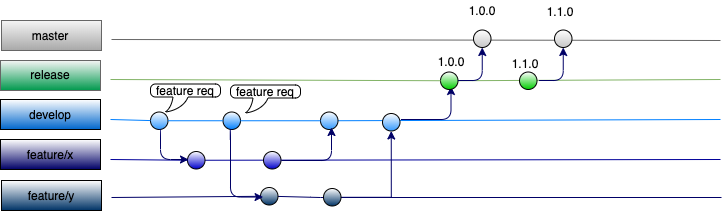
Earlier version of the draw.io export Feature-develop-release-master-v2.png (sandy03934/drawiodiagrams). Source tidied: cells renumbered, new cells last; positions are measured from the earlier drawing's top-left corner, leaving out a move shared by most shapes. The source it was exported from:
```xml
<mxGraphModel>
  <root>
    <mxCell id="0" />
    <mxCell id="1" parent="0" />
    <mxCell id="2" style="endArrow=none;html=1;fillColor=#d5e8d4;strokeColor=#82b366;" parent="1" edge="1" source="32">
      <mxGeometry relative="1" as="geometry">
        <mxPoint x="720" y="79" as="targetPoint" />
      </mxGeometry>
    </mxCell>
    <mxCell id="3" style="endArrow=none;html=1;strokeColor=#007FFF;" parent="1" edge="1" source="27">
      <mxGeometry relative="1" as="geometry">
        <mxPoint x="720" y="119" as="targetPoint" />
      </mxGeometry>
    </mxCell>
    <mxCell id="4" style="endArrow=none;html=1;strokeColor=#000099;" parent="1" edge="1" source="16">
      <mxGeometry relative="1" as="geometry">
        <mxPoint x="720" y="159" as="targetPoint" />
      </mxGeometry>
    </mxCell>
    <mxCell id="5" style="rounded=0;whiteSpace=wrap;html=1;fillColor=#f5f5f5;strokeColor=#666666;fontColor=#333333;gradientColor=#00994D;" parent="1" vertex="1">
      <mxGeometry y="60" width="100" height="30" as="geometry" />
    </mxCell>
    <mxCell id="6" style="rounded=0;whiteSpace=wrap;html=1;gradientColor=#0066CC;" parent="1" vertex="1">
      <mxGeometry y="99" width="100" height="30" as="geometry" />
    </mxCell>
    <mxCell id="7" style="rounded=0;whiteSpace=wrap;html=1;gradientColor=#000066;" parent="1" vertex="1">
      <mxGeometry y="139" width="100" height="30" as="geometry" />
    </mxCell>
    <mxCell id="8" value="release" style="text;html=1;strokeColor=none;fillColor=none;align=center;verticalAlign=middle;whiteSpace=wrap;rounded=0;" parent="1" vertex="1">
      <mxGeometry x="30" y="64" width="40" height="20" as="geometry" />
    </mxCell>
    <mxCell id="9" value="develop" style="text;html=1;strokeColor=none;fillColor=none;align=center;verticalAlign=middle;whiteSpace=wrap;rounded=0;" parent="1" vertex="1">
      <mxGeometry x="30" y="104" width="40" height="20" as="geometry" />
    </mxCell>
    <mxCell id="10" value="feature/x" style="text;html=1;strokeColor=none;fillColor=none;align=center;verticalAlign=middle;whiteSpace=wrap;rounded=0;" parent="1" vertex="1">
      <mxGeometry x="30" y="144" width="40" height="20" as="geometry" />
    </mxCell>
    <mxCell id="11" style="endArrow=none;html=1;strokeColor=#000066;" parent="1" edge="1" source="18">
      <mxGeometry relative="1" as="geometry">
        <mxPoint x="721" y="197" as="targetPoint" />
        <Array as="points">
          <mxPoint x="320" y="197" />
        </Array>
      </mxGeometry>
    </mxCell>
    <mxCell id="12" style="rounded=0;whiteSpace=wrap;html=1;gradientColor=#003366;" parent="1" vertex="1">
      <mxGeometry x="1" y="180" width="100" height="30" as="geometry" />
    </mxCell>
    <mxCell id="13" value="feature/y" style="text;html=1;strokeColor=none;fillColor=none;align=center;verticalAlign=middle;whiteSpace=wrap;rounded=0;" parent="1" vertex="1">
      <mxGeometry x="31" y="185" width="40" height="20" as="geometry" />
    </mxCell>
    <mxCell id="14" style="ellipse;whiteSpace=wrap;html=1;gradientColor=#3399FF;" parent="1" vertex="1">
      <mxGeometry x="150" y="111.5" width="17.5" height="17.5" as="geometry" />
    </mxCell>
    <mxCell id="15" style="endArrow=none;html=1;strokeColor=#007FFF;" parent="1" edge="1" target="14">
      <mxGeometry relative="1" as="geometry">
        <mxPoint x="110" y="119" as="sourcePoint" />
      </mxGeometry>
    </mxCell>
    <mxCell id="16" style="ellipse;whiteSpace=wrap;html=1;gradientColor=#0000CC;" parent="1" vertex="1">
      <mxGeometry x="187" y="151" width="17.5" height="17.5" as="geometry" />
    </mxCell>
    <mxCell id="17" style="endArrow=none;html=1;strokeColor=#000099;" parent="1" edge="1" target="16">
      <mxGeometry relative="1" as="geometry">
        <mxPoint x="110" y="159" as="sourcePoint" />
      </mxGeometry>
    </mxCell>
    <mxCell id="18" style="ellipse;whiteSpace=wrap;html=1;gradientColor=#003366;" parent="1" vertex="1">
      <mxGeometry x="260" y="187" width="17.5" height="17.5" as="geometry" />
    </mxCell>
    <mxCell id="19" style="endArrow=none;html=1;strokeColor=#000066;" parent="1" edge="1" target="18">
      <mxGeometry relative="1" as="geometry">
        <mxPoint x="111" y="197" as="sourcePoint" />
      </mxGeometry>
    </mxCell>
    <mxCell id="20" style="ellipse;whiteSpace=wrap;html=1;gradientColor=#007FFF;" parent="1" vertex="1">
      <mxGeometry x="222.5" y="111.5" width="17.5" height="17.5" as="geometry" />
    </mxCell>
    <mxCell id="21" style="endArrow=none;html=1;strokeColor=#007FFF;" parent="1" edge="1" source="14" target="20">
      <mxGeometry relative="1" as="geometry" />
    </mxCell>
    <mxCell id="22" style="edgeStyle=elbowEdgeStyle;elbow=horizontal;endArrow=classic;html=1;strokeColor=#000066;exitX=0.5;exitY=1;exitDx=0;exitDy=0;" parent="1" edge="1" source="14">
      <mxGeometry relative="1" as="geometry">
        <mxPoint x="188" y="159" as="targetPoint" />
        <Array as="points">
          <mxPoint x="160" y="159" />
        </Array>
      </mxGeometry>
    </mxCell>
    <mxCell id="23" style="ellipse;whiteSpace=wrap;html=1;gradientColor=#0000CC;" parent="1" vertex="1">
      <mxGeometry x="263" y="151" width="17.5" height="17.5" as="geometry" />
    </mxCell>
    <mxCell id="24" style="edgeStyle=elbowEdgeStyle;elbow=horizontal;endArrow=classic;html=1;strokeColor=#000066;entryX=0;entryY=0;entryDx=0;entryDy=0;exitX=0.5;exitY=1;exitDx=0;exitDy=0;" parent="1" edge="1" source="20">
      <mxGeometry relative="1" as="geometry">
        <mxPoint x="262.6" y="196.6" as="targetPoint" />
        <Array as="points">
          <mxPoint x="230" y="203" />
        </Array>
      </mxGeometry>
    </mxCell>
    <mxCell id="25" style="edgeStyle=orthogonalEdgeStyle;rounded=0;jettySize=auto;html=1;entryX=0.5;entryY=1;entryDx=0;entryDy=0;strokeColor=#000066;" parent="1" edge="1" source="26" target="30">
      <mxGeometry relative="1" as="geometry" />
    </mxCell>
    <mxCell id="26" style="ellipse;whiteSpace=wrap;html=1;gradientColor=#003366;" parent="1" vertex="1">
      <mxGeometry x="323" y="188" width="17.5" height="17.5" as="geometry" />
    </mxCell>
    <mxCell id="27" style="ellipse;whiteSpace=wrap;html=1;gradientColor=#3399FF;" parent="1" vertex="1">
      <mxGeometry x="320" y="111.5" width="17.5" height="17.5" as="geometry" />
    </mxCell>
    <mxCell id="28" style="endArrow=none;html=1;strokeColor=#007FFF;" parent="1" edge="1" source="20" target="27">
      <mxGeometry relative="1" as="geometry" />
    </mxCell>
    <mxCell id="29" style="edgeStyle=elbowEdgeStyle;elbow=vertical;endArrow=classic;html=1;strokeColor=#000066;" parent="1" edge="1">
      <mxGeometry relative="1" as="geometry">
        <mxPoint x="281" y="160" as="sourcePoint" />
        <mxPoint x="331" y="127" as="targetPoint" />
        <Array as="points">
          <mxPoint x="331" y="160" />
        </Array>
      </mxGeometry>
    </mxCell>
    <mxCell id="30" style="ellipse;whiteSpace=wrap;html=1;gradientColor=#3399FF;" parent="1" vertex="1">
      <mxGeometry x="382" y="113" width="17.5" height="17.5" as="geometry" />
    </mxCell>
    <mxCell id="31" style="edgeStyle=elbowEdgeStyle;elbow=vertical;endArrow=classic;html=1;strokeColor=#000066;" parent="1" edge="1">
      <mxGeometry relative="1" as="geometry">
        <mxPoint x="400.5" y="119" as="sourcePoint" />
        <mxPoint x="450.5" y="86" as="targetPoint" />
        <Array as="points">
          <mxPoint x="450.5" y="119" />
        </Array>
      </mxGeometry>
    </mxCell>
    <mxCell id="32" style="ellipse;whiteSpace=wrap;html=1;gradientColor=#00CC00;" parent="1" vertex="1">
      <mxGeometry x="440" y="71.5" width="17.5" height="17.5" as="geometry" />
    </mxCell>
    <mxCell id="33" style="endArrow=none;html=1;fillColor=#d5e8d4;strokeColor=#82b366;" parent="1" edge="1" target="32">
      <mxGeometry relative="1" as="geometry">
        <mxPoint x="110" y="79" as="sourcePoint" />
      </mxGeometry>
    </mxCell>
    <mxCell id="34" style="rounded=0;whiteSpace=wrap;html=1;fillColor=#f5f5f5;strokeColor=#666666;fontColor=#333333;gradientColor=#A8A8A8;" parent="1" vertex="1">
      <mxGeometry x="1" y="20" width="100" height="30" as="geometry" />
    </mxCell>
    <mxCell id="35" style="endArrow=none;html=1;fillColor=#f5f5f5;strokeColor=#666666;" parent="1" edge="1">
      <mxGeometry relative="1" as="geometry">
        <mxPoint x="111" y="39" as="sourcePoint" />
        <mxPoint x="720" y="40" as="targetPoint" />
      </mxGeometry>
    </mxCell>
    <mxCell id="36" style="ellipse;whiteSpace=wrap;html=1;gradientColor=#C7C7C7;" parent="1" vertex="1">
      <mxGeometry x="473" y="29.5" width="17.5" height="17.5" as="geometry" />
    </mxCell>
    <mxCell id="37" style="edgeStyle=elbowEdgeStyle;elbow=vertical;endArrow=classic;html=1;strokeColor=#000066;entryX=0.5;entryY=1;entryDx=0;entryDy=0;" parent="1" edge="1" target="36">
      <mxGeometry relative="1" as="geometry">
        <mxPoint x="457.5" y="80" as="sourcePoint" />
        <Array as="points">
          <mxPoint x="507.5" y="80" />
        </Array>
      </mxGeometry>
    </mxCell>
    <mxCell id="38" value="1.0.0" style="text;html=1;strokeColor=none;fillColor=none;align=center;verticalAlign=middle;whiteSpace=wrap;rounded=0;" parent="1" vertex="1">
      <mxGeometry x="461.8" width="40" height="20" as="geometry" />
    </mxCell>
    <mxCell id="39" value="master" style="text;html=1;strokeColor=none;fillColor=none;align=center;verticalAlign=middle;whiteSpace=wrap;rounded=0;" parent="1" vertex="1">
      <mxGeometry x="30" y="25" width="40" height="20" as="geometry" />
    </mxCell>
    <mxCell id="40" value="1.0.0" style="text;html=1;strokeColor=none;fillColor=none;align=center;verticalAlign=middle;whiteSpace=wrap;rounded=0;" parent="1" vertex="1">
      <mxGeometry x="431" y="51" width="40" height="20" as="geometry" />
    </mxCell>
    <mxCell id="41" value="feature req" style="whiteSpace=wrap;html=1;shape=mxgraph.basic.roundRectCallout;dx=30;dy=15;size=5;boundedLbl=1;" parent="1" vertex="1">
      <mxGeometry x="150" y="83.5" width="70" height="28" as="geometry" />
    </mxCell>
    <mxCell id="42" value="feature req" style="whiteSpace=wrap;html=1;shape=mxgraph.basic.roundRectCallout;dx=30;dy=15;size=5;boundedLbl=1;" parent="1" vertex="1">
      <mxGeometry x="230" y="84.5" width="70" height="28" as="geometry" />
    </mxCell>
    <mxCell id="43" style="ellipse;whiteSpace=wrap;html=1;gradientColor=#00CC00;" parent="1" vertex="1">
      <mxGeometry x="519" y="71.5" width="17.5" height="17.5" as="geometry" />
    </mxCell>
    <mxCell id="44" value="1.1.0" style="text;html=1;strokeColor=none;fillColor=none;align=center;verticalAlign=middle;whiteSpace=wrap;rounded=0;" parent="1" vertex="1">
      <mxGeometry x="505" y="53" width="40" height="20" as="geometry" />
    </mxCell>
    <mxCell id="45" style="ellipse;whiteSpace=wrap;html=1;gradientColor=#C7C7C7;" parent="1" vertex="1">
      <mxGeometry x="554" y="29.5" width="17.5" height="17.5" as="geometry" />
    </mxCell>
    <mxCell id="46" style="edgeStyle=elbowEdgeStyle;elbow=vertical;endArrow=classic;html=1;strokeColor=#000066;entryX=0.5;entryY=1;entryDx=0;entryDy=0;" parent="1" edge="1" target="45">
      <mxGeometry relative="1" as="geometry">
        <mxPoint x="538.5" y="80" as="sourcePoint" />
        <Array as="points">
          <mxPoint x="588.5" y="80" />
        </Array>
      </mxGeometry>
    </mxCell>
    <mxCell id="47" value="1.1.0" style="text;html=1;strokeColor=none;fillColor=none;align=center;verticalAlign=middle;whiteSpace=wrap;rounded=0;" parent="1" vertex="1">
      <mxGeometry x="539.8" y="1" width="40" height="20" as="geometry" />
    </mxCell>
  </root>
</mxGraphModel>
```
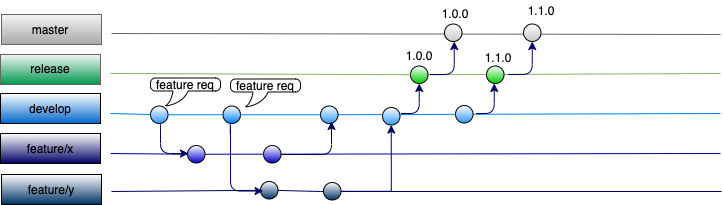
Above is the later version.

The edit, as a diff of the source:
```diff
@@ -122,17 +122,16 @@
     <mxCell id="30" style="ellipse;whiteSpace=wrap;html=1;gradientColor=#3399FF;" parent="1" vertex="1">
       <mxGeometry x="382" y="113" width="17.5" height="17.5" as="geometry" />
     </mxCell>
-    <mxCell id="31" style="edgeStyle=elbowEdgeStyle;elbow=vertical;endArrow=classic;html=1;strokeColor=#000066;" parent="1" edge="1">
+    <mxCell id="31" style="edgeStyle=elbowEdgeStyle;elbow=vertical;endArrow=classic;html=1;strokeColor=#000066;entryX=0.5;entryY=1;entryDx=0;entryDy=0;" parent="1" edge="1" target="32">
       <mxGeometry relative="1" as="geometry">
         <mxPoint x="400.5" y="119" as="sourcePoint" />
-        <mxPoint x="450.5" y="86" as="targetPoint" />
         <Array as="points">
           <mxPoint x="450.5" y="119" />
         </Array>
       </mxGeometry>
     </mxCell>
     <mxCell id="32" style="ellipse;whiteSpace=wrap;html=1;gradientColor=#00CC00;" parent="1" vertex="1">
-      <mxGeometry x="440" y="71.5" width="17.5" height="17.5" as="geometry" />
+      <mxGeometry x="410" y="71.5" width="17.5" height="17.5" as="geometry" />
     </mxCell>
     <mxCell id="33" style="endArrow=none;html=1;fillColor=#d5e8d4;strokeColor=#82b366;" parent="1" edge="1" target="32">
       <mxGeometry relative="1" as="geometry">
@@ -149,24 +148,25 @@
       </mxGeometry>
     </mxCell>
     <mxCell id="36" style="ellipse;whiteSpace=wrap;html=1;gradientColor=#C7C7C7;" parent="1" vertex="1">
-      <mxGeometry x="473" y="29.5" width="17.5" height="17.5" as="geometry" />
+      <mxGeometry x="444" y="29.5" width="17.5" height="17.5" as="geometry" />
     </mxCell>
-    <mxCell id="37" style="edgeStyle=elbowEdgeStyle;elbow=vertical;endArrow=classic;html=1;strokeColor=#000066;entryX=0.5;entryY=1;entryDx=0;entryDy=0;" parent="1" edge="1" target="36">
+    <mxCell id="37" style="edgeStyle=elbowEdgeStyle;elbow=vertical;endArrow=classic;html=1;strokeColor=#000066;entryX=0.5;entryY=1;entryDx=0;entryDy=0;" parent="1" edge="1">
       <mxGeometry relative="1" as="geometry">
-        <mxPoint x="457.5" y="80" as="sourcePoint" />
+        <mxPoint x="429.5" y="80" as="sourcePoint" />
+        <mxPoint x="453.8" y="47" as="targetPoint" />
         <Array as="points">
-          <mxPoint x="507.5" y="80" />
+          <mxPoint x="479.5" y="80" />
         </Array>
       </mxGeometry>
     </mxCell>
     <mxCell id="38" value="1.0.0" style="text;html=1;strokeColor=none;fillColor=none;align=center;verticalAlign=middle;whiteSpace=wrap;rounded=0;" parent="1" vertex="1">
-      <mxGeometry x="461.8" width="40" height="20" as="geometry" />
+      <mxGeometry x="434.8" y="9" width="40" height="20" as="geometry" />
     </mxCell>
     <mxCell id="39" value="master" style="text;html=1;strokeColor=none;fillColor=none;align=center;verticalAlign=middle;whiteSpace=wrap;rounded=0;" parent="1" vertex="1">
       <mxGeometry x="30" y="25" width="40" height="20" as="geometry" />
     </mxCell>
     <mxCell id="40" value="1.0.0" style="text;html=1;strokeColor=none;fillColor=none;align=center;verticalAlign=middle;whiteSpace=wrap;rounded=0;" parent="1" vertex="1">
-      <mxGeometry x="431" y="51" width="40" height="20" as="geometry" />
+      <mxGeometry x="399" y="51" width="40" height="20" as="geometry" />
     </mxCell>
     <mxCell id="41" value="feature req" style="whiteSpace=wrap;html=1;shape=mxgraph.basic.roundRectCallout;dx=30;dy=15;size=5;boundedLbl=1;" parent="1" vertex="1">
       <mxGeometry x="150" y="83.5" width="70" height="28" as="geometry" />
@@ -175,24 +175,37 @@
       <mxGeometry x="230" y="84.5" width="70" height="28" as="geometry" />
     </mxCell>
     <mxCell id="43" style="ellipse;whiteSpace=wrap;html=1;gradientColor=#00CC00;" parent="1" vertex="1">
-      <mxGeometry x="519" y="71.5" width="17.5" height="17.5" as="geometry" />
+      <mxGeometry x="486" y="71.5" width="17.5" height="17.5" as="geometry" />
     </mxCell>
     <mxCell id="44" value="1.1.0" style="text;html=1;strokeColor=none;fillColor=none;align=center;verticalAlign=middle;whiteSpace=wrap;rounded=0;" parent="1" vertex="1">
-      <mxGeometry x="505" y="53" width="40" height="20" as="geometry" />
+      <mxGeometry x="478" y="53" width="40" height="20" as="geometry" />
     </mxCell>
     <mxCell id="45" style="ellipse;whiteSpace=wrap;html=1;gradientColor=#C7C7C7;" parent="1" vertex="1">
-      <mxGeometry x="554" y="29.5" width="17.5" height="17.5" as="geometry" />
+      <mxGeometry x="523" y="29.5" width="17.5" height="17.5" as="geometry" />
     </mxCell>
-    <mxCell id="46" style="edgeStyle=elbowEdgeStyle;elbow=vertical;endArrow=classic;html=1;strokeColor=#000066;entryX=0.5;entryY=1;entryDx=0;entryDy=0;" parent="1" edge="1" target="45">
+    <mxCell id="46" style="edgeStyle=elbowEdgeStyle;elbow=vertical;endArrow=classic;html=1;strokeColor=#000066;entryX=0.5;entryY=1;entryDx=0;entryDy=0;" parent="1" edge="1">
       <mxGeometry relative="1" as="geometry">
-        <mxPoint x="538.5" y="80" as="sourcePoint" />
+        <mxPoint x="507.5" y="80" as="sourcePoint" />
+        <mxPoint x="531.8" y="47" as="targetPoint" />
         <Array as="points">
-          <mxPoint x="588.5" y="80" />
+          <mxPoint x="557.5" y="80" />
         </Array>
       </mxGeometry>
     </mxCell>
     <mxCell id="47" value="1.1.0" style="text;html=1;strokeColor=none;fillColor=none;align=center;verticalAlign=middle;whiteSpace=wrap;rounded=0;" parent="1" vertex="1">
-      <mxGeometry x="539.8" y="1" width="40" height="20" as="geometry" />
+      <mxGeometry x="520.8" y="6" width="40" height="20" as="geometry" />
     </mxCell>
+    <mxCell id="48" style="ellipse;whiteSpace=wrap;html=1;gradientColor=#3399FF;" parent="1" vertex="1">
+      <mxGeometry x="455" y="111" width="17.5" height="17.5" as="geometry" />
+    </mxCell>
+    <mxCell id="49" style="edgeStyle=elbowEdgeStyle;elbow=vertical;endArrow=classic;html=1;strokeColor=#000066;entryX=0.5;entryY=1;entryDx=0;entryDy=0;" parent="1" edge="1">
+      <mxGeometry relative="1" as="geometry">
+        <mxPoint x="475.5" y="119" as="sourcePoint" />
+        <mxPoint x="493.8" y="89" as="targetPoint" />
+        <Array as="points">
+          <mxPoint x="525.5" y="119" />
+        </Array>
+      </mxGeometry>
+    </mxCell>
   </root>
 </mxGraphModel>
```
